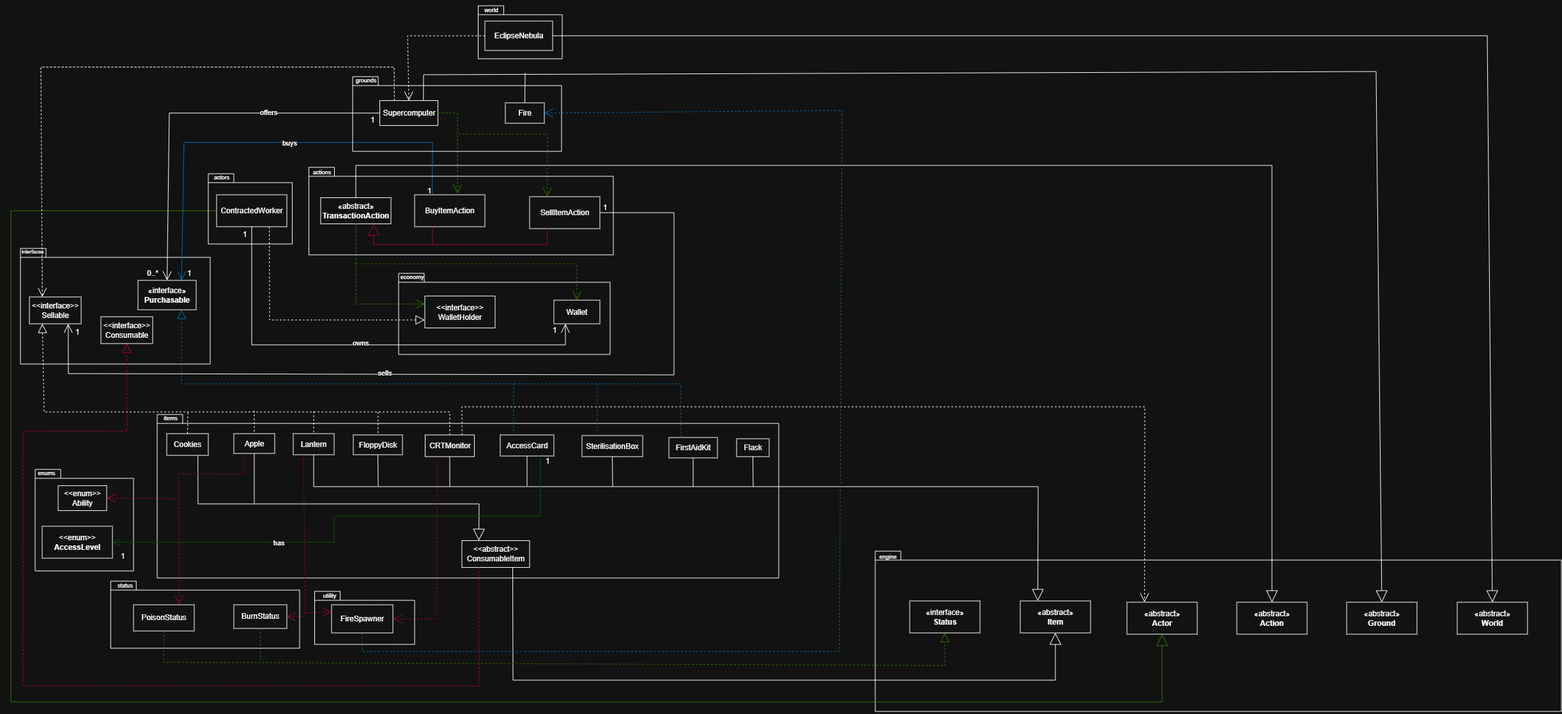
ennn05/Garbage-Collector-Inc. keeps this draw.io diagram as docs/design/REQ1-uml.png. Above is the earlier version. Source tidied: cells renumbered, new cells last; positions are measured from the earlier drawing's top-left corner, leaving out a move shared by most shapes.
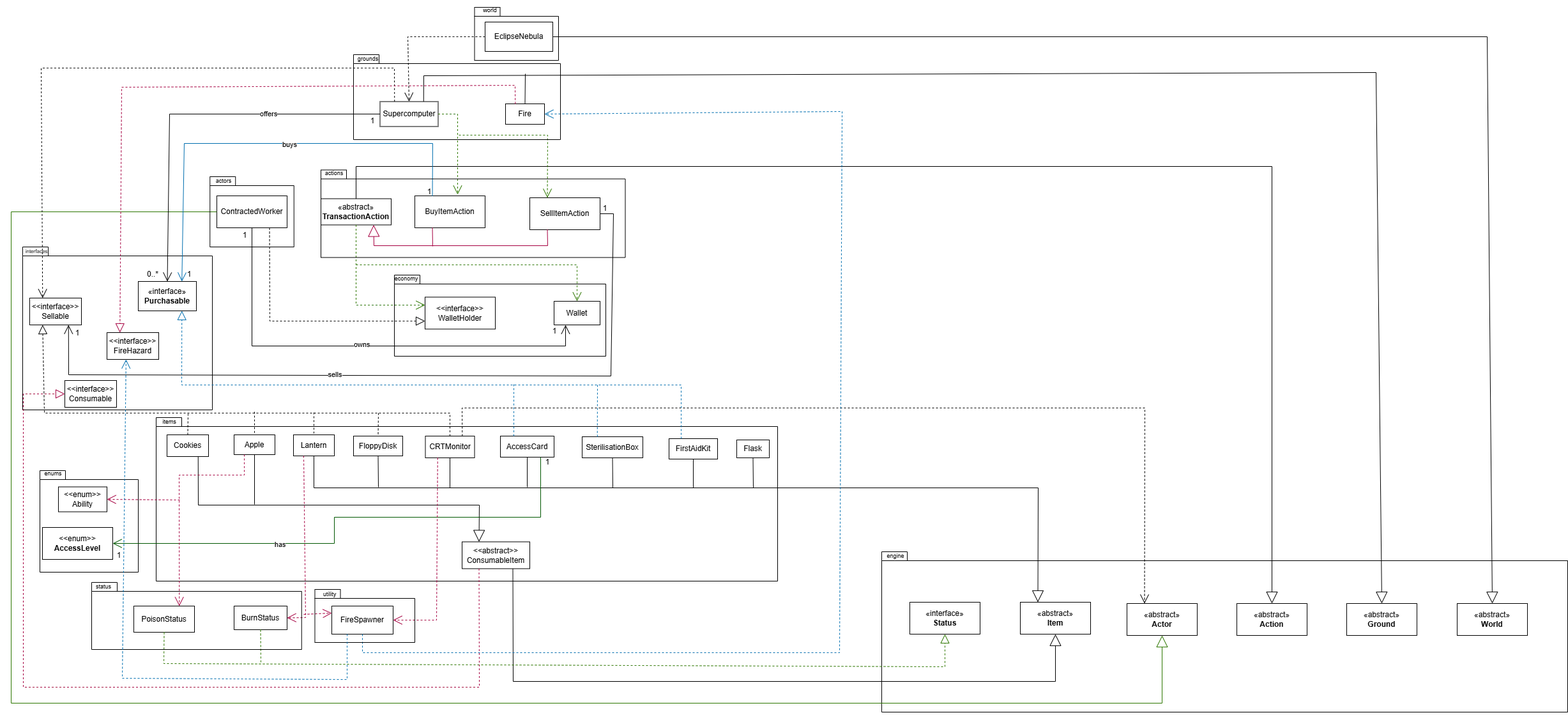
After the commit.

The edit, as a diff of the source:
```diff
@@ -3,19 +3,19 @@
     <mxCell id="0" />
     <mxCell id="1" parent="0" />
     <mxCell id="2" style="shape=folder;fontStyle=1;spacingTop=10;tabWidth=40;tabHeight=14;tabPosition=left;html=1;whiteSpace=wrap;fillColor=none;" parent="1" vertex="1">
-      <mxGeometry x="38" y="735" width="154" height="159" as="geometry" />
+      <mxGeometry x="45" y="735" width="154" height="159" as="geometry" />
     </mxCell>
     <mxCell id="3" style="shape=folder;fontStyle=1;spacingTop=10;tabWidth=40;tabHeight=14;tabPosition=left;html=1;whiteSpace=wrap;fillColor=none;" parent="1" vertex="1">
-      <mxGeometry x="229" y="649" width="973" height="256" as="geometry" />
+      <mxGeometry x="227" y="652" width="973" height="256" as="geometry" />
     </mxCell>
     <mxCell id="4" style="shape=folder;fontStyle=1;spacingTop=10;tabWidth=40;tabHeight=14;tabPosition=left;html=1;whiteSpace=wrap;fillColor=none;" parent="1" vertex="1">
-      <mxGeometry x="15" y="389" width="297" height="181" as="geometry" />
+      <mxGeometry x="18" y="385" width="297" height="255" as="geometry" />
     </mxCell>
     <mxCell id="5" style="shape=folder;fontStyle=1;spacingTop=10;tabWidth=40;tabHeight=14;tabPosition=left;html=1;whiteSpace=wrap;fillColor=none;" parent="1" vertex="1">
-      <mxGeometry x="1353" y="863" width="1074" height="251" as="geometry" />
+      <mxGeometry x="1363" y="862" width="1074" height="251" as="geometry" />
     </mxCell>
     <mxCell id="6" style="shape=folder;fontStyle=1;spacingTop=10;tabWidth=40;tabHeight=14;tabPosition=left;html=1;whiteSpace=wrap;fillColor=none;" parent="1" vertex="1">
-      <mxGeometry x="731.5" y="9" width="131.5" height="83" as="geometry" />
+      <mxGeometry x="725.5" y="10" width="131.5" height="83" as="geometry" />
     </mxCell>
     <mxCell id="7" value="«abstract»&lt;br&gt;&lt;b&gt;World&lt;/b&gt;" style="html=1;whiteSpace=wrap;" parent="1" vertex="1">
       <mxGeometry x="2264" y="943" width="110" height="50" as="geometry" />
@@ -284,7 +284,7 @@
       <mxGeometry x="810" y="707" width="60" height="30" as="geometry" />
     </mxCell>
     <mxCell id="67" value="1" style="text;html=1;whiteSpace=wrap;strokeColor=none;fillColor=none;align=center;verticalAlign=middle;rounded=0;" parent="1" vertex="1">
-      <mxGeometry x="145" y="856" width="60" height="30" as="geometry" />
+      <mxGeometry x="139" y="852.5" width="60" height="30" as="geometry" />
     </mxCell>
     <mxCell id="68" style="endArrow=open;endSize=12;dashed=1;html=1;rounded=0;exitX=0;exitY=0.5;exitDx=0;exitDy=0;entryX=0.5;entryY=0;entryDx=0;entryDy=0;" parent="1" edge="1" source="13" target="15">
       <mxGeometry relative="1" as="geometry">
@@ -367,10 +367,10 @@
       </mxGeometry>
     </mxCell>
     <mxCell id="79" value="&lt;font style=&quot;font-size: 9px;&quot;&gt;world&lt;/font&gt;" style="text;html=1;whiteSpace=wrap;strokeColor=none;fillColor=none;align=center;verticalAlign=middle;rounded=0;" parent="1" vertex="1">
-      <mxGeometry x="722" width="60" height="30" as="geometry" />
+      <mxGeometry x="719.5" y="-1" width="60" height="30" as="geometry" />
     </mxCell>
     <mxCell id="80" value="&lt;font style=&quot;font-size: 9px;&quot;&gt;engine&lt;/font&gt;" style="text;html=1;whiteSpace=wrap;strokeColor=none;fillColor=none;align=center;verticalAlign=middle;rounded=0;" parent="1" vertex="1">
-      <mxGeometry x="1343" y="856" width="60" height="30" as="geometry" />
+      <mxGeometry x="1355" y="852.5" width="60" height="30" as="geometry" />
     </mxCell>
     <mxCell id="81" value="«interface»&lt;br&gt;&lt;b&gt;Purchasable&lt;/b&gt;" style="html=1;whiteSpace=wrap;" parent="1" vertex="1">
       <mxGeometry x="199" y="439" width="91" height="46" as="geometry" />
@@ -460,8 +460,8 @@
     <mxCell id="98" style="endArrow=open;endFill=1;endSize=12;html=1;rounded=0;exitX=1;exitY=0.5;exitDx=0;exitDy=0;entryX=0.75;entryY=1;entryDx=0;entryDy=0;" parent="1" edge="1" source="17" target="20">
       <mxGeometry relative="1" as="geometry">
         <Array as="points">
-          <mxPoint x="1038" y="333" />
-          <mxPoint x="1038" y="587" />
+          <mxPoint x="943" y="333" />
+          <mxPoint x="939" y="587" />
           <mxPoint x="90" y="585" />
         </Array>
       </mxGeometry>
@@ -478,62 +478,80 @@
       <mxGeometry x="74" y="505" width="60" height="30" as="geometry" />
     </mxCell>
     <mxCell id="102" style="shape=folder;fontStyle=1;spacingTop=10;tabWidth=40;tabHeight=14;tabPosition=left;html=1;whiteSpace=wrap;fillColor=none;" parent="1" vertex="1">
-      <mxGeometry x="535" y="120" width="327" height="117" as="geometry" />
+      <mxGeometry x="536" y="84" width="324" height="133" as="geometry" />
     </mxCell>
     <mxCell id="103" value="&lt;font style=&quot;font-size: 9px;&quot;&gt;grounds&lt;/font&gt;" style="text;html=1;whiteSpace=wrap;strokeColor=none;fillColor=none;align=center;verticalAlign=middle;rounded=0;" parent="1" vertex="1">
-      <mxGeometry x="526" y="110" width="60" height="30" as="geometry" />
+      <mxGeometry x="529" y="75" width="60" height="30" as="geometry" />
     </mxCell>
     <mxCell id="104" style="shape=folder;fontStyle=1;spacingTop=10;tabWidth=40;tabHeight=14;tabPosition=left;html=1;whiteSpace=wrap;fillColor=none;" parent="1" vertex="1">
-      <mxGeometry x="309" y="272" width="131.5" height="110" as="geometry" />
+      <mxGeometry x="311.2" y="275" width="131.5" height="110" as="geometry" />
     </mxCell>
     <mxCell id="105" value="&lt;font style=&quot;font-size: 9px;&quot;&gt;actors&lt;/font&gt;" style="text;html=1;whiteSpace=wrap;strokeColor=none;fillColor=none;align=center;verticalAlign=middle;rounded=0;" parent="1" vertex="1">
-      <mxGeometry x="300" y="262" width="60" height="30" as="geometry" />
+      <mxGeometry x="303" y="266" width="60" height="30" as="geometry" />
     </mxCell>
     <mxCell id="106" style="shape=folder;fontStyle=1;spacingTop=10;tabWidth=40;tabHeight=14;tabPosition=left;html=1;whiteSpace=wrap;fillColor=none;" parent="1" vertex="1">
-      <mxGeometry x="607" y="428" width="331" height="127" as="geometry" />
+      <mxGeometry x="600" y="429" width="331" height="127" as="geometry" />
     </mxCell>
     <mxCell id="107" value="&lt;font style=&quot;font-size: 9px;&quot;&gt;economy&lt;/font&gt;" style="text;html=1;whiteSpace=wrap;strokeColor=none;fillColor=none;align=center;verticalAlign=middle;rounded=0;" parent="1" vertex="1">
-      <mxGeometry x="598" y="418" width="60" height="30" as="geometry" />
+      <mxGeometry x="589" y="419" width="60" height="30" as="geometry" />
     </mxCell>
     <mxCell id="108" style="shape=folder;fontStyle=1;spacingTop=10;tabWidth=40;tabHeight=14;tabPosition=left;html=1;whiteSpace=wrap;fillColor=none;" parent="1" vertex="1">
-      <mxGeometry x="466.5" y="262" width="476.5" height="137" as="geometry" />
+      <mxGeometry x="485" y="264.5" width="476.5" height="137" as="geometry" />
     </mxCell>
     <mxCell id="109" value="&lt;font style=&quot;font-size: 9px;&quot;&gt;actions&lt;/font&gt;" style="text;html=1;whiteSpace=wrap;strokeColor=none;fillColor=none;align=center;verticalAlign=middle;rounded=0;" parent="1" vertex="1">
-      <mxGeometry x="457" y="254" width="60" height="30" as="geometry" />
+      <mxGeometry x="476" y="254" width="60" height="30" as="geometry" />
     </mxCell>
     <mxCell id="110" value="&lt;font style=&quot;font-size: 8px;&quot;&gt;interfaces&lt;/font&gt;" style="text;html=1;whiteSpace=wrap;strokeColor=none;fillColor=none;align=center;verticalAlign=middle;rounded=0;" parent="1" vertex="1">
-      <mxGeometry x="4" y="378" width="60" height="30" as="geometry" />
+      <mxGeometry x="10" y="376" width="60" height="30" as="geometry" />
     </mxCell>
     <mxCell id="111" value="&lt;font style=&quot;font-size: 9px;&quot;&gt;items&lt;/font&gt;" style="text;html=1;whiteSpace=wrap;strokeColor=none;fillColor=none;align=center;verticalAlign=middle;rounded=0;" parent="1" vertex="1">
-      <mxGeometry x="220" y="639" width="60" height="30" as="geometry" />
+      <mxGeometry x="218" y="643" width="60" height="30" as="geometry" />
     </mxCell>
     <mxCell id="112" value="&lt;font style=&quot;font-size: 9px;&quot;&gt;enums&lt;/font&gt;" style="text;html=1;whiteSpace=wrap;strokeColor=none;fillColor=none;align=center;verticalAlign=middle;rounded=0;" parent="1" vertex="1">
-      <mxGeometry x="26" y="725" width="60" height="30" as="geometry" />
+      <mxGeometry x="36" y="724" width="60" height="30" as="geometry" />
     </mxCell>
     <mxCell id="113" style="shape=folder;fontStyle=1;spacingTop=10;tabWidth=40;tabHeight=14;tabPosition=left;html=1;whiteSpace=wrap;fillColor=none;" parent="1" vertex="1">
-      <mxGeometry x="156.2" y="910" width="295.8" height="105" as="geometry" />
+      <mxGeometry x="126" y="910" width="328.8" height="105" as="geometry" />
     </mxCell>
     <mxCell id="114" value="&lt;font style=&quot;font-size: 9px;&quot;&gt;status&lt;/font&gt;" style="text;html=1;whiteSpace=wrap;strokeColor=none;fillColor=none;align=center;verticalAlign=middle;rounded=0;" parent="1" vertex="1">
-      <mxGeometry x="149" y="901" width="60" height="30" as="geometry" />
+      <mxGeometry x="115" y="901" width="60" height="30" as="geometry" />
     </mxCell>
     <mxCell id="115" style="shape=folder;fontStyle=1;spacingTop=10;tabWidth=40;tabHeight=14;tabPosition=left;html=1;whiteSpace=wrap;fillColor=none;" parent="1" vertex="1">
-      <mxGeometry x="475.5" y="926" width="156.5" height="83" as="geometry" />
+      <mxGeometry x="475.5" y="921" width="156.5" height="83" as="geometry" />
     </mxCell>
     <mxCell id="116" value="&lt;font style=&quot;font-size: 9px;&quot;&gt;utility&lt;/font&gt;" style="text;html=1;whiteSpace=wrap;strokeColor=none;fillColor=none;align=center;verticalAlign=middle;rounded=0;" parent="1" vertex="1">
-      <mxGeometry x="469" y="917" width="60" height="30" as="geometry" />
+      <mxGeometry x="469" y="913" width="60" height="30" as="geometry" />
     </mxCell>
     <mxCell id="117" value="&lt;div&gt;&amp;lt;&amp;lt;interface&amp;gt;&amp;gt;&lt;/div&gt;Consumable" style="html=1;whiteSpace=wrap;" parent="1" vertex="1">
-      <mxGeometry x="141" y="496" width="81" height="42" as="geometry" />
+      <mxGeometry x="84" y="594" width="81" height="42" as="geometry" />
     </mxCell>
-    <mxCell id="118" style="endArrow=block;dashed=1;endFill=0;endSize=12;html=1;rounded=0;entryX=0.5;entryY=1;entryDx=0;entryDy=0;exitX=0.25;exitY=1;exitDx=0;exitDy=0;fillColor=#d80073;strokeColor=#A50040;" parent="1" edge="1" source="35" target="117">
+    <mxCell id="118" style="endArrow=block;dashed=1;endFill=0;endSize=12;html=1;rounded=0;entryX=0;entryY=0.5;entryDx=0;entryDy=0;exitX=0.25;exitY=1;exitDx=0;exitDy=0;fillColor=#d80073;strokeColor=#A50040;" parent="1" edge="1" source="35" target="117">
       <mxGeometry relative="1" as="geometry">
         <Array as="points">
           <mxPoint x="733" y="1074" />
           <mxPoint x="19" y="1074" />
-          <mxPoint x="19" y="675" />
-          <mxPoint x="182" y="675" />
+          <mxPoint x="19" y="615" />
         </Array>
       </mxGeometry>
     </mxCell>
+    <mxCell id="119" value="&lt;div&gt;&amp;lt;&amp;lt;interface&amp;gt;&amp;gt;&lt;/div&gt;FireHazard" style="html=1;whiteSpace=wrap;" parent="1" vertex="1">
+      <mxGeometry x="150" y="519" width="81" height="42" as="geometry" />
+    </mxCell>
+    <mxCell id="120" style="endArrow=block;dashed=1;endFill=0;endSize=12;html=1;rounded=0;exitX=0.25;exitY=0;exitDx=0;exitDy=0;entryX=0.25;entryY=0;entryDx=0;entryDy=0;fillColor=#d80073;strokeColor=#A50040;" parent="1" edge="1" source="16" target="119">
+      <mxGeometry relative="1" as="geometry">
+        <Array as="points">
+          <mxPoint x="789" y="132" />
+          <mxPoint x="173" y="135" />
+        </Array>
+      </mxGeometry>
+    </mxCell>
+    <mxCell id="121" style="endArrow=open;endSize=12;dashed=1;html=1;rounded=0;exitX=0.25;exitY=1;exitDx=0;exitDy=0;entryX=0.369;entryY=1.003;entryDx=0;entryDy=0;entryPerimeter=0;fillColor=#1ba1e2;strokeColor=#006EAF;" parent="1" edge="1" source="21" target="119">
+      <mxGeometry relative="1" as="geometry">
+        <Array as="points">
+          <mxPoint x="526" y="1062" />
+          <mxPoint x="174" y="1060" />
+        </Array>
+      </mxGeometry>
+    </mxCell>
   </root>
 </mxGraphModel>
```
